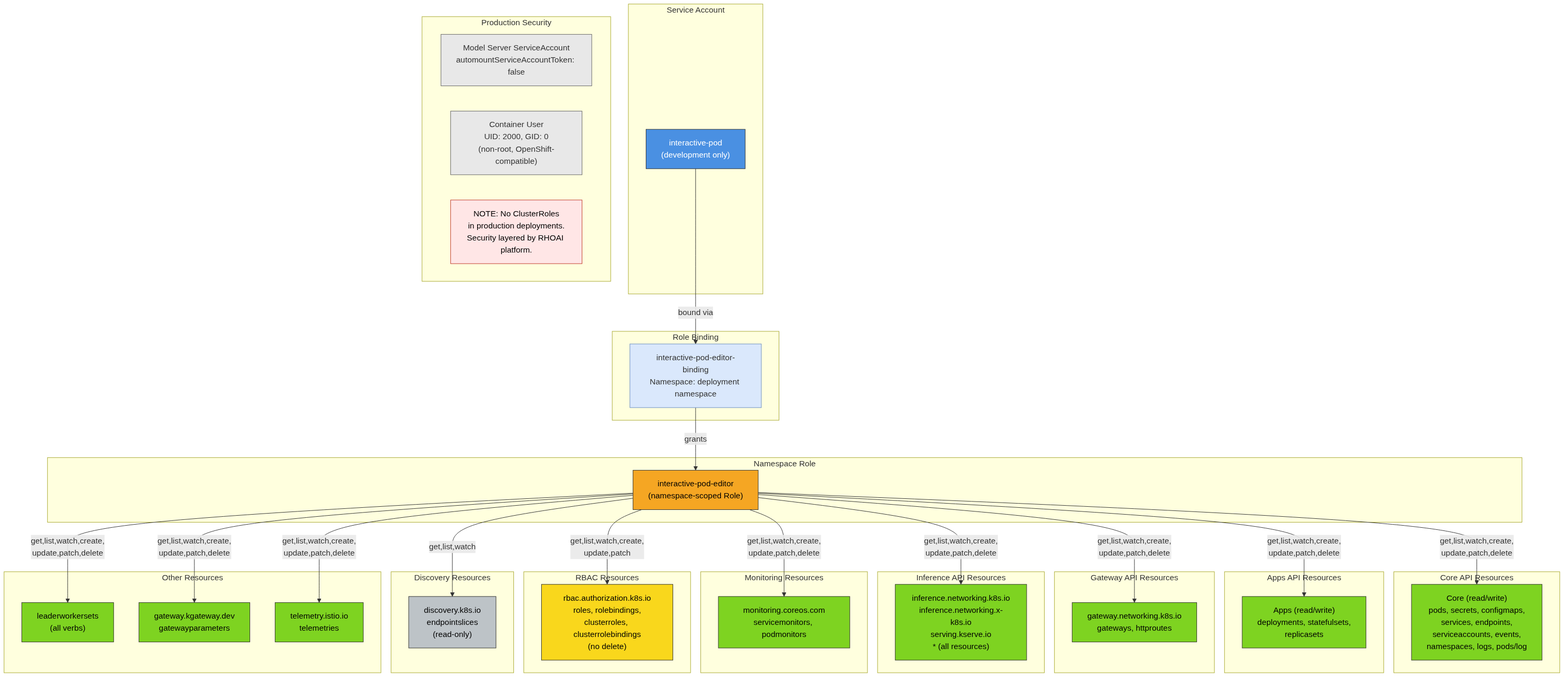
Above: architecture/rhoai.next/diagrams/llm-d-rbac.png in rhuss/architecture-context (Mermaid), before the change. Its source is kept beside it as architecture/rhoai.next/diagrams/llm-d-rbac.mmd. Its diagram source:
```mermaid
graph TD
    subgraph "Service Account"
        SA["interactive-pod<br/>(development only)"]
    end

    subgraph "Role Binding"
        RB["interactive-pod-editor-binding<br/>Namespace: deployment namespace"]
    end

    subgraph "Namespace Role"
        K8sRole["interactive-pod-editor<br/>(namespace-scoped Role)"]
    end

    subgraph "Core API Resources"
        CoreRW["Core (read/write)<br/>pods, secrets, configmaps,<br/>services, endpoints,<br/>serviceaccounts, events,<br/>namespaces, logs, pods/log"]
    end

    subgraph "Apps API Resources"
        AppsRW["Apps (read/write)<br/>deployments, statefulsets,<br/>replicasets"]
    end

    subgraph "Gateway API Resources"
        GatewayRW["gateway.networking.k8s.io<br/>gateways, httproutes"]
    end

    subgraph "Inference API Resources"
        InferenceRW["inference.networking.k8s.io<br/>inference.networking.x-k8s.io<br/>serving.kserve.io<br/>* (all resources)"]
    end

    subgraph "Monitoring Resources"
        MonitoringRW["monitoring.coreos.com<br/>servicemonitors, podmonitors"]
    end

    subgraph "RBAC Resources"
        RBACPartial["rbac.authorization.k8s.io<br/>roles, rolebindings,<br/>clusterroles, clusterrolebindings<br/>(no delete)"]
    end

    subgraph "Discovery Resources"
        DiscoveryRO["discovery.k8s.io<br/>endpointslices<br/>(read-only)"]
    end

    subgraph "Other Resources"
        LWSRW["leaderworkersets<br/>(all verbs)"]
        KgatewayRW["gateway.kgateway.dev<br/>gatewayparameters"]
        IstioRW["telemetry.istio.io<br/>telemetries"]
    end

    subgraph "Production Security"
        ProdSA["Model Server ServiceAccount<br/>automountServiceAccountToken: false"]
        ProdUser["Container User<br/>UID: 2000, GID: 0<br/>(non-root, OpenShift-compatible)"]
        ProdNote["NOTE: No ClusterRoles<br/>in production deployments.<br/>Security layered by RHOAI platform."]
    end

    SA -->|"bound via"| RB
    RB -->|"grants"| K8sRole

    K8sRole -->|"get,list,watch,create,<br/>update,patch,delete"| CoreRW
    K8sRole -->|"get,list,watch,create,<br/>update,patch,delete"| AppsRW
    K8sRole -->|"get,list,watch,create,<br/>update,patch,delete"| GatewayRW
    K8sRole -->|"get,list,watch,create,<br/>update,patch,delete"| InferenceRW
    K8sRole -->|"get,list,watch,create,<br/>update,patch,delete"| MonitoringRW
    K8sRole -->|"get,list,watch,create,<br/>update,patch"| RBACPartial
    K8sRole -->|"get,list,watch"| DiscoveryRO
    K8sRole -->|"get,list,watch,create,<br/>update,patch,delete"| LWSRW
    K8sRole -->|"get,list,watch,create,<br/>update,patch,delete"| KgatewayRW
    K8sRole -->|"get,list,watch,create,<br/>update,patch,delete"| IstioRW

    style SA fill:#4a90e2,stroke:#333,color:#fff
    style RB fill:#dae8fc,stroke:#6c8ebf
    style K8sRole fill:#f5a623,stroke:#333,color:#000

    style CoreRW fill:#7ed321,stroke:#333,color:#000
    style AppsRW fill:#7ed321,stroke:#333,color:#000
    style GatewayRW fill:#7ed321,stroke:#333,color:#000
    style InferenceRW fill:#7ed321,stroke:#333,color:#000
    style MonitoringRW fill:#7ed321,stroke:#333,color:#000
    style LWSRW fill:#7ed321,stroke:#333,color:#000
    style KgatewayRW fill:#7ed321,stroke:#333,color:#000
    style IstioRW fill:#7ed321,stroke:#333,color:#000

    style RBACPartial fill:#f9d71c,stroke:#333,color:#000
    style DiscoveryRO fill:#bdc3c7,stroke:#333,color:#000

    style ProdSA fill:#e8e8e8,stroke:#666
    style ProdUser fill:#e8e8e8,stroke:#666
    style ProdNote fill:#ffe6e6,stroke:#c0392b,color:#000
```
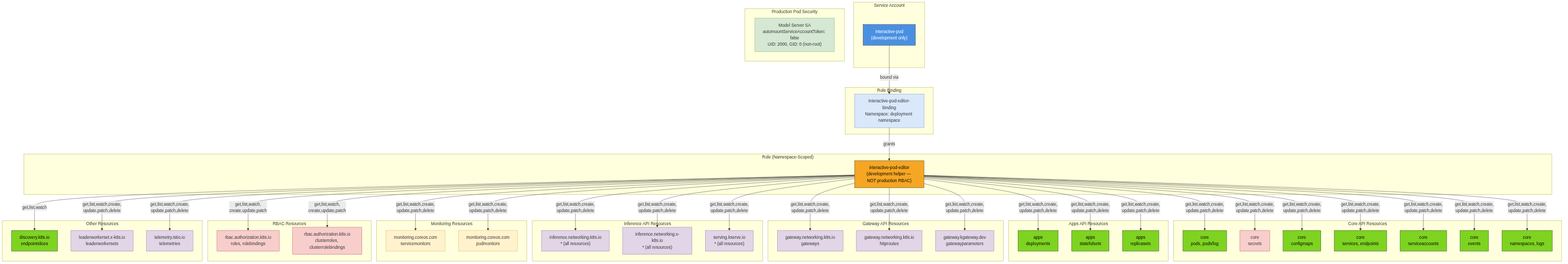
The same file after the commit.

Change to the diagram source:
```diff
@@ -7,80 +7,116 @@
         RB["interactive-pod-editor-binding<br/>Namespace: deployment namespace"]
     end
 
-    subgraph "Namespace Role"
-        K8sRole["interactive-pod-editor<br/>(namespace-scoped Role)"]
+    subgraph "Role (Namespace-Scoped)"
+        Role["interactive-pod-editor<br/>(development helper — NOT production RBAC)"]
     end
 
     subgraph "Core API Resources"
-        CoreRW["Core (read/write)<br/>pods, secrets, configmaps,<br/>services, endpoints,<br/>serviceaccounts, events,<br/>namespaces, logs, pods/log"]
+        Pods["core<br/>pods, pods/log"]
+        Secrets["core<br/>secrets"]
+        ConfigMaps["core<br/>configmaps"]
+        Services["core<br/>services, endpoints"]
+        SAs["core<br/>serviceaccounts"]
+        Events["core<br/>events"]
+        NS["core<br/>namespaces, logs"]
     end
 
     subgraph "Apps API Resources"
-        AppsRW["Apps (read/write)<br/>deployments, statefulsets,<br/>replicasets"]
+        Deployments["apps<br/>deployments"]
+        StatefulSets["apps<br/>statefulsets"]
+        ReplicaSets["apps<br/>replicasets"]
     end
 
     subgraph "Gateway API Resources"
-        GatewayRW["gateway.networking.k8s.io<br/>gateways, httproutes"]
+        Gateways["gateway.networking.k8s.io<br/>gateways"]
+        HTTPRoutes["gateway.networking.k8s.io<br/>httproutes"]
+        GWParams["gateway.kgateway.dev<br/>gatewayparameters"]
     end
 
     subgraph "Inference API Resources"
-        InferenceRW["inference.networking.k8s.io<br/>inference.networking.x-k8s.io<br/>serving.kserve.io<br/>* (all resources)"]
+        InferenceK8s["inference.networking.k8s.io<br/>* (all resources)"]
+        InferenceXK8s["inference.networking.x-k8s.io<br/>* (all resources)"]
+        KServe["serving.kserve.io<br/>* (all resources)"]
     end
 
     subgraph "Monitoring Resources"
-        MonitoringRW["monitoring.coreos.com<br/>servicemonitors, podmonitors"]
+        ServiceMonitors["monitoring.coreos.com<br/>servicemonitors"]
+        PodMonitors["monitoring.coreos.com<br/>podmonitors"]
     end
 
     subgraph "RBAC Resources"
-        RBACPartial["rbac.authorization.k8s.io<br/>roles, rolebindings,<br/>clusterroles, clusterrolebindings<br/>(no delete)"]
-    end
-
-    subgraph "Discovery Resources"
-        DiscoveryRO["discovery.k8s.io<br/>endpointslices<br/>(read-only)"]
+        Roles["rbac.authorization.k8s.io<br/>roles, rolebindings"]
+        ClusterRoles["rbac.authorization.k8s.io<br/>clusterroles, clusterrolebindings"]
     end
 
     subgraph "Other Resources"
-        LWSRW["leaderworkersets<br/>(all verbs)"]
-        KgatewayRW["gateway.kgateway.dev<br/>gatewayparameters"]
-        IstioRW["telemetry.istio.io<br/>telemetries"]
-    end
-
-    subgraph "Production Security"
-        ProdSA["Model Server ServiceAccount<br/>automountServiceAccountToken: false"]
-        ProdUser["Container User<br/>UID: 2000, GID: 0<br/>(non-root, OpenShift-compatible)"]
-        ProdNote["NOTE: No ClusterRoles<br/>in production deployments.<br/>Security layered by RHOAI platform."]
+        EndpointSlices["discovery.k8s.io<br/>endpointslices"]
+        LWS["leaderworkerset.x-k8s.io<br/>leaderworkersets"]
+        Telemetries["telemetry.istio.io<br/>telemetries"]
     end
 
     SA -->|"bound via"| RB
-    RB -->|"grants"| K8sRole
+    RB -->|"grants"| Role
 
-    K8sRole -->|"get,list,watch,create,<br/>update,patch,delete"| CoreRW
-    K8sRole -->|"get,list,watch,create,<br/>update,patch,delete"| AppsRW
-    K8sRole -->|"get,list,watch,create,<br/>update,patch,delete"| GatewayRW
-    K8sRole -->|"get,list,watch,create,<br/>update,patch,delete"| InferenceRW
-    K8sRole -->|"get,list,watch,create,<br/>update,patch,delete"| MonitoringRW
-    K8sRole -->|"get,list,watch,create,<br/>update,patch"| RBACPartial
-    K8sRole -->|"get,list,watch"| DiscoveryRO
-    K8sRole -->|"get,list,watch,create,<br/>update,patch,delete"| LWSRW
-    K8sRole -->|"get,list,watch,create,<br/>update,patch,delete"| KgatewayRW
-    K8sRole -->|"get,list,watch,create,<br/>update,patch,delete"| IstioRW
+    Role -->|"get,list,watch,create,<br/>update,patch,delete"| Pods
+    Role -->|"get,list,watch,create,<br/>update,patch,delete"| Secrets
+    Role -->|"get,list,watch,create,<br/>update,patch,delete"| ConfigMaps
+    Role -->|"get,list,watch,create,<br/>update,patch,delete"| Services
+    Role -->|"get,list,watch,create,<br/>update,patch,delete"| SAs
+    Role -->|"get,list,watch,create,<br/>update,patch,delete"| Events
+    Role -->|"get,list,watch,create,<br/>update,patch,delete"| NS
+
+    Role -->|"get,list,watch,create,<br/>update,patch,delete"| Deployments
+    Role -->|"get,list,watch,create,<br/>update,patch,delete"| StatefulSets
+    Role -->|"get,list,watch,create,<br/>update,patch,delete"| ReplicaSets
+
+    Role -->|"get,list,watch,create,<br/>update,patch,delete"| Gateways
+    Role -->|"get,list,watch,create,<br/>update,patch,delete"| HTTPRoutes
+    Role -->|"get,list,watch,create,<br/>update,patch,delete"| GWParams
+
+    Role -->|"get,list,watch,create,<br/>update,patch,delete"| InferenceK8s
+    Role -->|"get,list,watch,create,<br/>update,patch,delete"| InferenceXK8s
+    Role -->|"get,list,watch,create,<br/>update,patch,delete"| KServe
+
+    Role -->|"get,list,watch,create,<br/>update,patch,delete"| ServiceMonitors
+    Role -->|"get,list,watch,create,<br/>update,patch,delete"| PodMonitors
+
+    Role -->|"get,list,watch,<br/>create,update,patch"| Roles
+    Role -->|"get,list,watch,<br/>create,update,patch"| ClusterRoles
+
+    Role -->|"get,list,watch"| EndpointSlices
+    Role -->|"get,list,watch,create,<br/>update,patch,delete"| LWS
+    Role -->|"get,list,watch,create,<br/>update,patch,delete"| Telemetries
+
+    subgraph "Production Pod Security"
+        ProdSA["Model Server SA<br/>automountServiceAccountToken: false<br/>UID: 2000, GID: 0 (non-root)"]
+    end
 
     style SA fill:#4a90e2,stroke:#333,color:#fff
     style RB fill:#dae8fc,stroke:#6c8ebf
-    style K8sRole fill:#f5a623,stroke:#333,color:#000
+    style Role fill:#f5a623,stroke:#333,color:#000
+    style ProdSA fill:#d5e8d4,stroke:#82b366
 
-    style CoreRW fill:#7ed321,stroke:#333,color:#000
-    style AppsRW fill:#7ed321,stroke:#333,color:#000
-    style GatewayRW fill:#7ed321,stroke:#333,color:#000
-    style InferenceRW fill:#7ed321,stroke:#333,color:#000
-    style MonitoringRW fill:#7ed321,stroke:#333,color:#000
-    style LWSRW fill:#7ed321,stroke:#333,color:#000
-    style KgatewayRW fill:#7ed321,stroke:#333,color:#000
-    style IstioRW fill:#7ed321,stroke:#333,color:#000
-
-    style RBACPartial fill:#f9d71c,stroke:#333,color:#000
-    style DiscoveryRO fill:#bdc3c7,stroke:#333,color:#000
-
-    style ProdSA fill:#e8e8e8,stroke:#666
-    style ProdUser fill:#e8e8e8,stroke:#666
-    style ProdNote fill:#ffe6e6,stroke:#c0392b,color:#000
+    style Pods fill:#7ed321,stroke:#333,color:#000
+    style Secrets fill:#f8cecc,stroke:#b85450
+    style ConfigMaps fill:#7ed321,stroke:#333,color:#000
+    style Services fill:#7ed321,stroke:#333,color:#000
+    style SAs fill:#7ed321,stroke:#333,color:#000
+    style Events fill:#7ed321,stroke:#333,color:#000
+    style NS fill:#7ed321,stroke:#333,color:#000
+    style Deployments fill:#7ed321,stroke:#333,color:#000
+    style StatefulSets fill:#7ed321,stroke:#333,color:#000
+    style ReplicaSets fill:#7ed321,stroke:#333,color:#000
+    style Gateways fill:#e1d5e7,stroke:#9673a6
+    style HTTPRoutes fill:#e1d5e7,stroke:#9673a6
+    style GWParams fill:#e1d5e7,stroke:#9673a6
+    style InferenceK8s fill:#e1d5e7,stroke:#9673a6
+    style InferenceXK8s fill:#e1d5e7,stroke:#9673a6
+    style KServe fill:#e1d5e7,stroke:#9673a6
+    style ServiceMonitors fill:#fff2cc,stroke:#d6b656
+    style PodMonitors fill:#fff2cc,stroke:#d6b656
+    style Roles fill:#f8cecc,stroke:#b85450
+    style ClusterRoles fill:#f8cecc,stroke:#b85450
+    style EndpointSlices fill:#7ed321,stroke:#333,color:#000
+    style LWS fill:#e1d5e7,stroke:#9673a6
+    style Telemetries fill:#e1d5e7,stroke:#9673a6
```
